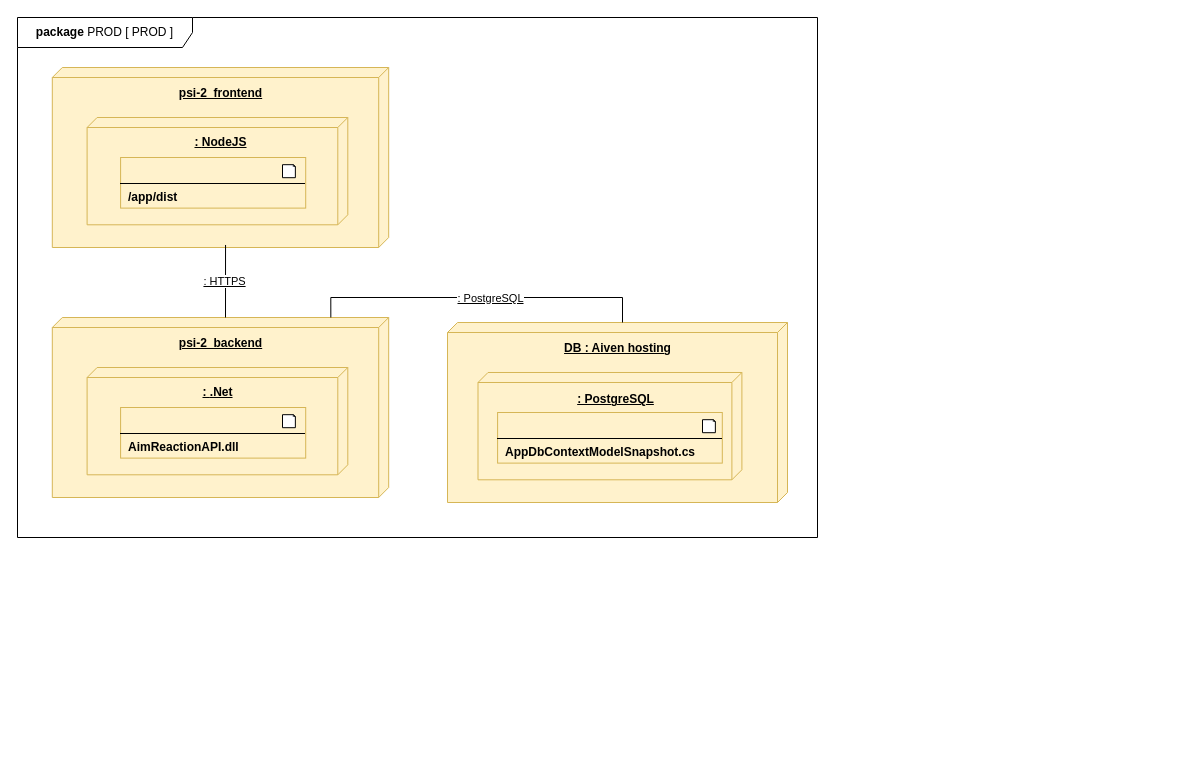
Before: Documentation/Lab2Drawio/PROD Diagram.drawio in user5427/human-benchmark-PSI-2, a draw.io diagram. Source tidied: cells renumbered, new cells numbered last; positions are measured from the earlier drawing's top-left corner, leaving out a move shared by most shapes. Both pictures are drawn from the tidied source at 100%, with x=0, y=0 at pixel (17, 17).
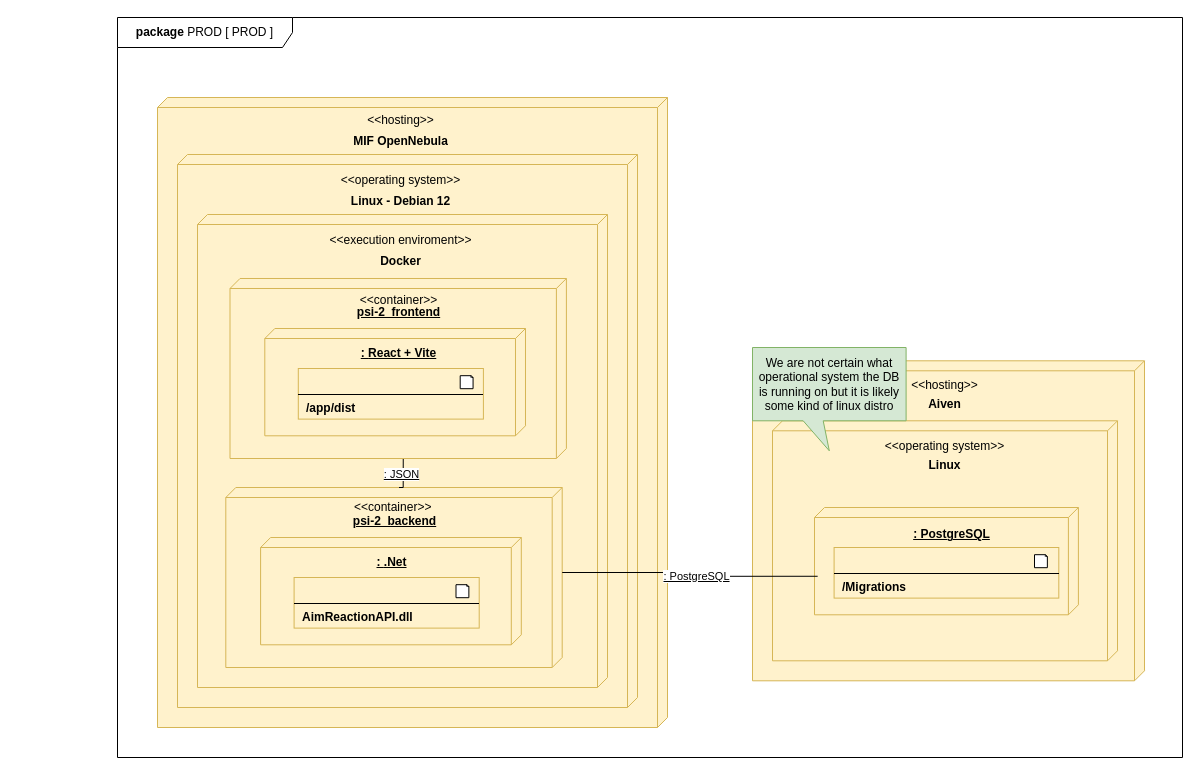
The same diagram, later.

The change refers to these unchanged cells:
```xml
<mxCell id="6" style="verticalAlign=top;align=left;spacingTop=8;spacingLeft=2;spacingRight=12;shape=cube;size=10;direction=south;fontStyle=4;html=1;whiteSpace=wrap;fillColor=#fff2cc;strokeColor=#d6b656;gradientDirection=north;" parent="5" vertex="1">
  <mxGeometry y="30" width="336.4" height="180" as="geometry" />
</mxCell>
```

Diff of the diagram source:
```diff
@@
-    <mxCell id="2" style="group;" parent="1" vertex="1">
-      <mxGeometry width="800" height="740" as="geometry" />
-    </mxCell>
-    <mxCell id="3" value="&lt;b&gt;package &lt;/b&gt;PROD [ PROD ]" style="shape=umlFrame;whiteSpace=wrap;html=1;width=175;height=30;" parent="2" vertex="1">
-      <mxGeometry width="800" height="520" as="geometry" />
+    <mxCell id="3" value="&lt;b&gt;package &lt;/b&gt;PROD [ PROD ]" style="shape=umlFrame;whiteSpace=wrap;html=1;width=175;height=30;" parent="1" vertex="1">
+      <mxGeometry x="100" width="1065" height="740" as="geometry" />
     </mxCell>
-    <mxCell id="4" style="group;" parent="2" vertex="1">
-      <mxGeometry x="34.8" y="20" width="340" height="720" as="geometry" />
-    </mxCell>
+    <mxCell id="30" style="verticalAlign=top;align=left;spacingTop=8;spacingLeft=2;spacingRight=12;shape=cube;size=10;direction=south;fontStyle=4;html=1;whiteSpace=wrap;fillColor=#fff2cc;strokeColor=#d6b656;gradientDirection=north;" parent="1" vertex="1">
+      <mxGeometry x="140" y="80" width="510" height="630" as="geometry" />
+    </mxCell>
+    <mxCell id="31" value="&amp;lt;&amp;lt;hosting&amp;gt;&amp;gt;" style="text;align=center;fontStyle=0;verticalAlign=middle;spacingLeft=3;spacingRight=3;strokeColor=none;html=1;" parent="1" vertex="1">
+      <mxGeometry x="342.5" y="90" width="80" height="26" as="geometry" />
+    </mxCell>
+    <mxCell id="32" value="MIF OpenNebula" style="text;align=center;fontStyle=1;verticalAlign=middle;spacingLeft=3;spacingRight=3;strokeColor=none;html=1;" parent="1" vertex="1">
+      <mxGeometry x="342.5" y="111" width="80" height="26" as="geometry" />
+    </mxCell>
+    <mxCell id="33" style="verticalAlign=top;align=left;spacingTop=8;spacingLeft=2;spacingRight=12;shape=cube;size=10;direction=south;fontStyle=4;html=1;whiteSpace=wrap;fillColor=#fff2cc;strokeColor=#d6b656;gradientDirection=north;" parent="1" vertex="1">
+      <mxGeometry x="160" y="137" width="460" height="553" as="geometry" />
+    </mxCell>
+    <mxCell id="34" value="&amp;lt;&amp;lt;operating system&amp;gt;&amp;gt;" style="text;align=center;fontStyle=0;verticalAlign=middle;spacingLeft=3;spacingRight=3;strokeColor=none;html=1;" parent="1" vertex="1">
+      <mxGeometry x="342.5" y="150" width="80" height="26" as="geometry" />
+    </mxCell>
+    <mxCell id="35" value="Linux - Debian 12" style="text;align=center;fontStyle=1;verticalAlign=middle;spacingLeft=3;spacingRight=3;strokeColor=none;html=1;" parent="1" vertex="1">
+      <mxGeometry x="342.5" y="171" width="80" height="26" as="geometry" />
+    </mxCell>
+    <mxCell id="36" style="verticalAlign=top;align=left;spacingTop=8;spacingLeft=2;spacingRight=12;shape=cube;size=10;direction=south;fontStyle=4;html=1;whiteSpace=wrap;fillColor=#fff2cc;strokeColor=#d6b656;gradientDirection=north;" parent="1" vertex="1">
+      <mxGeometry x="180" y="197" width="410" height="473" as="geometry" />
+    </mxCell>
+    <mxCell id="37" value="&amp;lt;&amp;lt;execution enviroment&amp;gt;&amp;gt;" style="text;align=center;fontStyle=0;verticalAlign=middle;spacingLeft=3;spacingRight=3;strokeColor=none;html=1;" parent="1" vertex="1">
+      <mxGeometry x="342.5" y="210" width="80" height="26" as="geometry" />
+    </mxCell>
+    <mxCell id="38" value="Docker" style="text;align=center;fontStyle=1;verticalAlign=middle;spacingLeft=3;spacingRight=3;strokeColor=none;html=1;" parent="1" vertex="1">
+      <mxGeometry x="342.5" y="231" width="80" height="26" as="geometry" />
+    </mxCell>
+    <mxCell id="12" style="group;" parent="1" vertex="1">
+      <mxGeometry x="208.3" y="440" width="353.2" height="210" as="geometry" />
+    </mxCell>
+    <mxCell id="13" style="verticalAlign=top;align=left;spacingTop=8;spacingLeft=2;spacingRight=12;shape=cube;size=10;direction=south;fontStyle=4;html=1;whiteSpace=wrap;fillColor=#fff2cc;strokeColor=#d6b656;gradientDirection=north;" parent="12" vertex="1">
+      <mxGeometry y="30" width="336.4" height="180" as="geometry" />
+    </mxCell>
+    <mxCell id="15" style="verticalAlign=top;align=left;spacingTop=8;spacingLeft=2;spacingRight=12;shape=cube;size=10;direction=south;fontStyle=4;html=1;whiteSpace=wrap;fillColor=#fff2cc;strokeColor=#d6b656;" parent="12" vertex="1">
+      <mxGeometry x="34.8" y="80" width="260.7" height="107.3" as="geometry" />
+    </mxCell>
+    <mxCell id="16" value="&lt;p style=&quot;margin:0px;margin-top:6px;text-align:center;&quot;&gt;&lt;br&gt;&lt;/p&gt;&lt;hr style=&quot;border-style: solid;&quot; size=&quot;1&quot;&gt;&lt;p style=&quot;margin: 0px 0px 0px 8px;&quot;&gt;&lt;b&gt;AimReactionAPI.dll&lt;/b&gt;&lt;/p&gt;" style="align=left;overflow=fill;html=1;whiteSpace=wrap;fillColor=#fff2cc;strokeColor=#d6b656;gradientDirection=east;" parent="12" vertex="1">
+      <mxGeometry x="68.3" y="120" width="185.1" height="50.6" as="geometry" />
+    </mxCell>
+    <mxCell id="17" value="&lt;u&gt;:&amp;nbsp;&lt;span style=&quot;background-color: transparent; color: light-dark(rgb(0, 0, 0), rgb(255, 255, 255));&quot;&gt;.Net&lt;/span&gt;&lt;/u&gt;" style="text;align=center;fontStyle=1;verticalAlign=middle;spacingLeft=3;spacingRight=3;strokeColor=none;html=1;" parent="12" vertex="1">
+      <mxGeometry x="118.8" y="92" width="92.8" height="26" as="geometry" />
+    </mxCell>
+    <mxCell id="18" style="whiteSpace=wrap;html=1;shape=mxgraph.basic.document;" parent="12" vertex="1">
+      <mxGeometry x="230.2" y="127.2" width="13" height="13" as="geometry" />
+    </mxCell>
+    <mxCell id="14" value="&lt;b&gt;psi-2_backend&lt;/b&gt;" style="text;align=center;fontStyle=5;verticalAlign=middle;spacingLeft=3;spacingRight=3;strokeColor=none;html=1;" parent="12" vertex="1">
+      <mxGeometry x="109.7" y="47.9" width="117" height="32.1" as="geometry" />
+    </mxCell>
+    <mxCell id="19" style="edgeStyle=orthogonalEdgeStyle;rounded=0;jettySize=auto;html=1;exitX=0;exitY=0;exitDx=0;exitDy=163.2;exitPerimeter=0;entryX=0.986;entryY=0.485;entryDx=0;entryDy=0;entryPerimeter=0;endArrow=none;startFill=0;" parent="1" edge="1" source="13" target="6">
+      <mxGeometry relative="1" as="geometry" />
+    </mxCell>
+    <mxCell id="20" value="&lt;u&gt;: JSON&lt;/u&gt;" style="edgeLabel;html=1;align=center;verticalAlign=middle;" parent="19" vertex="1">
+      <mxGeometry x="-0.01" y="2" relative="1" as="geometry" />
+    </mxCell>
+    <mxCell id="39" style="verticalAlign=top;align=left;spacingTop=8;spacingLeft=2;spacingRight=12;shape=cube;size=10;direction=south;fontStyle=4;html=1;whiteSpace=wrap;fillColor=#fff2cc;strokeColor=#d6b656;gradientDirection=north;" parent="1" vertex="1">
+      <mxGeometry x="735" y="343.3" width="392" height="320" as="geometry" />
+    </mxCell>
+    <mxCell id="40" value="&amp;lt;&amp;lt;hosting&amp;gt;&amp;gt;" style="text;align=center;fontStyle=0;verticalAlign=middle;spacingLeft=3;spacingRight=3;strokeColor=none;html=1;" parent="1" vertex="1">
+      <mxGeometry x="878.6" y="353.7" width="97.7" height="28.6" as="geometry" />
+    </mxCell>
+    <mxCell id="41" style="verticalAlign=top;align=left;spacingTop=8;spacingLeft=2;spacingRight=12;shape=cube;size=10;direction=south;fontStyle=4;html=1;whiteSpace=wrap;fillColor=#fff2cc;strokeColor=#d6b656;gradientDirection=north;" parent="1" vertex="1">
+      <mxGeometry x="755" y="403.3" width="345" height="240" as="geometry" />
+    </mxCell>
+    <mxCell id="42" value="Aiven" style="text;align=center;fontStyle=1;verticalAlign=middle;spacingLeft=3;spacingRight=3;strokeColor=none;html=1;" parent="1" vertex="1">
+      <mxGeometry x="878.6" y="372.3" width="97.7" height="28.6" as="geometry" />
+    </mxCell>
+    <mxCell id="43" value="Linux" style="text;align=center;fontStyle=1;verticalAlign=middle;spacingLeft=3;spacingRight=3;strokeColor=none;html=1;" parent="1" vertex="1">
+      <mxGeometry x="877.8" y="433.3" width="97.7" height="28.6" as="geometry" />
+    </mxCell>
+    <mxCell id="44" value="&amp;lt;&amp;lt;operating system&amp;gt;&amp;gt;" style="text;align=center;fontStyle=0;verticalAlign=middle;spacingLeft=3;spacingRight=3;strokeColor=none;html=1;" parent="1" vertex="1">
+      <mxGeometry x="877.8" y="414.7" width="97.7" height="28.6" as="geometry" />
+    </mxCell>
+    <mxCell id="45" value="We are not certain what operational system the DB is running on but it is likely some kind of linux distro" style="shape=callout;whiteSpace=wrap;html=1;perimeter=calloutPerimeter;base=20;size=30;position=0.33;fillColor=#d5e8d4;strokeColor=#82b366;" parent="1" vertex="1">
+      <mxGeometry x="735" y="330" width="153.6" height="103.3" as="geometry" />
+    </mxCell>
+    <mxCell id="46" style="group;" parent="1" vertex="1">
+      <mxGeometry x="797" y="490" width="263.9" height="107.3" as="geometry" />
+    </mxCell>
+    <mxCell id="24" style="verticalAlign=top;align=left;spacingTop=8;spacingLeft=2;spacingRight=12;shape=cube;size=10;direction=south;fontStyle=4;html=1;whiteSpace=wrap;fillColor=#fff2cc;strokeColor=#d6b656;" parent="46" vertex="1">
+      <mxGeometry width="263.9" height="107.3" as="geometry" />
+    </mxCell>
+    <mxCell id="25" value="&lt;p style=&quot;margin:0px;margin-top:6px;text-align:center;&quot;&gt;&lt;br&gt;&lt;/p&gt;&lt;hr style=&quot;border-style: solid;&quot; size=&quot;1&quot;&gt;&lt;p style=&quot;margin: 0px 0px 0px 8px;&quot;&gt;&lt;b&gt;/Migrations&lt;/b&gt;&lt;/p&gt;" style="align=left;overflow=fill;html=1;whiteSpace=wrap;fillColor=#fff2cc;strokeColor=#d6b656;gradientDirection=east;" parent="46" vertex="1">
+      <mxGeometry x="19.6" y="40" width="224.7" height="50.6" as="geometry" />
+    </mxCell>
+    <mxCell id="26" value="&lt;u&gt;: PostgreSQL&lt;/u&gt;" style="text;align=center;fontStyle=1;verticalAlign=middle;spacingLeft=3;spacingRight=3;strokeColor=none;html=1;" parent="46" vertex="1">
+      <mxGeometry x="96.4" y="14" width="81.2" height="26" as="geometry" />
+    </mxCell>
+    <mxCell id="27" style="whiteSpace=wrap;html=1;shape=mxgraph.basic.document;" parent="46" vertex="1">
+      <mxGeometry x="220" y="47.2" width="13" height="13" as="geometry" />
+    </mxCell>
+    <mxCell id="28" style="edgeStyle=orthogonalEdgeStyle;rounded=0;jettySize=auto;html=1;exitX=0.641;exitY=0.988;exitDx=0;exitDy=0;exitPerimeter=0;entryX=0;entryY=0;entryDx=85;entryDy=0;entryPerimeter=0;endArrow=none;startFill=0;" parent="1" edge="1" source="24" target="13">
+      <mxGeometry relative="1" as="geometry" />
+    </mxCell>
+    <mxCell id="29" value="&lt;u&gt;: PostgreSQL&lt;/u&gt;" style="edgeLabel;html=1;align=center;verticalAlign=middle;" parent="28" vertex="1">
+      <mxGeometry x="-0.06" relative="1" as="geometry" />
+    </mxCell>
-    <mxCell id="5" style="group;" parent="4" vertex="1">
-      <mxGeometry width="336.4" height="210" as="geometry" />
+    <mxCell id="5" style="group;" parent="1" vertex="1">
+      <mxGeometry x="212.5" y="231" width="336.4" height="210" as="geometry" />
     </mxCell>
@@
     <mxCell id="7" value="psi-2_frontend" style="text;align=center;fontStyle=5;verticalAlign=middle;spacingLeft=3;spacingRight=3;strokeColor=none;html=1;" parent="5" vertex="1">
-      <mxGeometry x="109.7" y="40" width="117" height="32.1" as="geometry" />
+      <mxGeometry x="109.7" y="47.9" width="117" height="32.1" as="geometry" />
     </mxCell>
@@
-    <mxCell id="10" value="&lt;u&gt;:&amp;nbsp;&lt;span style=&quot;background-color: transparent; color: light-dark(rgb(0, 0, 0), rgb(255, 255, 255));&quot;&gt;NodeJS&lt;/span&gt;&lt;/u&gt;" style="text;align=center;fontStyle=1;verticalAlign=middle;spacingLeft=3;spacingRight=3;strokeColor=none;html=1;" parent="5" vertex="1">
+    <mxCell id="10" value="&lt;u&gt;:&amp;nbsp;&lt;span style=&quot;background-color: transparent; color: light-dark(rgb(0, 0, 0), rgb(255, 255, 255));&quot;&gt;React + Vite&lt;/span&gt;&lt;/u&gt;" style="text;align=center;fontStyle=1;verticalAlign=middle;spacingLeft=3;spacingRight=3;strokeColor=none;html=1;" parent="5" vertex="1">
       <mxGeometry x="121.8" y="92" width="92.8" height="26" as="geometry" />
     </mxCell>
@@
-    <mxCell id="12" style="group;" parent="4" vertex="1">
-      <mxGeometry y="250" width="336.4" height="210" as="geometry" />
-    </mxCell>
-    <mxCell id="13" style="verticalAlign=top;align=left;spacingTop=8;spacingLeft=2;spacingRight=12;shape=cube;size=10;direction=south;fontStyle=4;html=1;whiteSpace=wrap;fillColor=#fff2cc;strokeColor=#d6b656;gradientDirection=north;" parent="12" vertex="1">
-      <mxGeometry y="30" width="336.4" height="180" as="geometry" />
-    </mxCell>
-    <mxCell id="14" value="&lt;b&gt;psi-2_backend&lt;/b&gt;" style="text;align=center;fontStyle=5;verticalAlign=middle;spacingLeft=3;spacingRight=3;strokeColor=none;html=1;" parent="12" vertex="1">
-      <mxGeometry x="109.7" y="40" width="117" height="32.1" as="geometry" />
-    </mxCell>
-    <mxCell id="15" style="verticalAlign=top;align=left;spacingTop=8;spacingLeft=2;spacingRight=12;shape=cube;size=10;direction=south;fontStyle=4;html=1;whiteSpace=wrap;fillColor=#fff2cc;strokeColor=#d6b656;" parent="12" vertex="1">
-      <mxGeometry x="34.8" y="80" width="260.7" height="107.3" as="geometry" />
-    </mxCell>
-    <mxCell id="16" value="&lt;p style=&quot;margin:0px;margin-top:6px;text-align:center;&quot;&gt;&lt;br&gt;&lt;/p&gt;&lt;hr style=&quot;border-style: solid;&quot; size=&quot;1&quot;&gt;&lt;p style=&quot;margin: 0px 0px 0px 8px;&quot;&gt;&lt;b&gt;AimReactionAPI.dll&lt;/b&gt;&lt;/p&gt;" style="align=left;overflow=fill;html=1;whiteSpace=wrap;fillColor=#fff2cc;strokeColor=#d6b656;gradientDirection=east;" parent="12" vertex="1">
-      <mxGeometry x="68.3" y="120" width="185.1" height="50.6" as="geometry" />
-    </mxCell>
-    <mxCell id="17" value="&lt;u&gt;:&amp;nbsp;&lt;span style=&quot;background-color: transparent; color: light-dark(rgb(0, 0, 0), rgb(255, 255, 255));&quot;&gt;.Net&lt;/span&gt;&lt;/u&gt;" style="text;align=center;fontStyle=1;verticalAlign=middle;spacingLeft=3;spacingRight=3;strokeColor=none;html=1;" parent="12" vertex="1">
-      <mxGeometry x="118.8" y="92" width="92.8" height="26" as="geometry" />
-    </mxCell>
-    <mxCell id="18" style="whiteSpace=wrap;html=1;shape=mxgraph.basic.document;" parent="12" vertex="1">
-      <mxGeometry x="230.2" y="127.2" width="13" height="13" as="geometry" />
-    </mxCell>
-    <mxCell id="19" style="edgeStyle=orthogonalEdgeStyle;rounded=0;jettySize=auto;html=1;exitX=0;exitY=0;exitDx=0;exitDy=163.2;exitPerimeter=0;entryX=0.986;entryY=0.485;entryDx=0;entryDy=0;entryPerimeter=0;endArrow=none;startFill=0;" parent="4" edge="1" source="13" target="6">
-      <mxGeometry relative="1" as="geometry" />
-    </mxCell>
-    <mxCell id="20" value="&lt;u&gt;: HTTPS&lt;/u&gt;" style="edgeLabel;html=1;align=center;verticalAlign=middle;" parent="19" vertex="1">
-      <mxGeometry x="-0.01" y="2" relative="1" as="geometry" />
-    </mxCell>
-    <mxCell id="21" style="group;" parent="2" vertex="1">
-      <mxGeometry x="430" y="275" width="340" height="210" as="geometry" />
-    </mxCell>
-    <mxCell id="22" style="verticalAlign=top;align=left;spacingTop=8;spacingLeft=2;spacingRight=12;shape=cube;size=10;direction=south;fontStyle=4;html=1;whiteSpace=wrap;fillColor=#fff2cc;strokeColor=#d6b656;gradientDirection=north;" parent="21" vertex="1">
-      <mxGeometry y="30" width="340" height="180" as="geometry" />
-    </mxCell>
-    <mxCell id="23" value="&lt;b&gt;DB : Aiven hosting&lt;/b&gt;" style="text;align=center;fontStyle=5;verticalAlign=middle;spacingLeft=3;spacingRight=3;strokeColor=none;html=1;" parent="21" vertex="1">
-      <mxGeometry x="118.8" y="40" width="102.4" height="32.1" as="geometry" />
-    </mxCell>
-    <mxCell id="24" style="verticalAlign=top;align=left;spacingTop=8;spacingLeft=2;spacingRight=12;shape=cube;size=10;direction=south;fontStyle=4;html=1;whiteSpace=wrap;fillColor=#fff2cc;strokeColor=#d6b656;" parent="21" vertex="1">
-      <mxGeometry x="30.5" y="80" width="263.9" height="107.3" as="geometry" />
-    </mxCell>
-    <mxCell id="25" value="&lt;p style=&quot;margin:0px;margin-top:6px;text-align:center;&quot;&gt;&lt;br&gt;&lt;/p&gt;&lt;hr style=&quot;border-style: solid;&quot; size=&quot;1&quot;&gt;&lt;p style=&quot;margin: 0px 0px 0px 8px;&quot;&gt;&lt;b&gt;AppDbContextModelSnapshot.cs&lt;/b&gt;&lt;/p&gt;" style="align=left;overflow=fill;html=1;whiteSpace=wrap;fillColor=#fff2cc;strokeColor=#d6b656;gradientDirection=east;" parent="21" vertex="1">
-      <mxGeometry x="50.1" y="120" width="224.7" height="50.6" as="geometry" />
-    </mxCell>
-    <mxCell id="26" value="&lt;u&gt;: PostgreSQL&lt;/u&gt;" style="text;align=center;fontStyle=1;verticalAlign=middle;spacingLeft=3;spacingRight=3;strokeColor=none;html=1;" parent="21" vertex="1">
-      <mxGeometry x="126.9" y="94" width="81.2" height="26" as="geometry" />
-    </mxCell>
-    <mxCell id="27" style="whiteSpace=wrap;html=1;shape=mxgraph.basic.document;" parent="21" vertex="1">
-      <mxGeometry x="255" y="127.2" width="13" height="13" as="geometry" />
-    </mxCell>
-    <mxCell id="28" style="edgeStyle=orthogonalEdgeStyle;rounded=0;jettySize=auto;html=1;exitX=0;exitY=0;exitDx=0;exitDy=165;exitPerimeter=0;entryX=0;entryY=0.172;entryDx=0;entryDy=0;entryPerimeter=0;endArrow=none;startFill=0;" parent="2" edge="1" source="22" target="13">
-      <mxGeometry relative="1" as="geometry" />
-    </mxCell>
-    <mxCell id="29" value="&lt;u&gt;: PostgreSQL&lt;/u&gt;" style="edgeLabel;html=1;align=center;verticalAlign=middle;" parent="28" vertex="1">
-      <mxGeometry x="-0.06" relative="1" as="geometry" />
-    </mxCell>
+    <mxCell id="47" value="&amp;lt;&amp;lt;container&amp;gt;&amp;gt;" style="text;align=center;fontStyle=0;verticalAlign=middle;spacingLeft=3;spacingRight=3;strokeColor=none;html=1;" parent="5" vertex="1">
+      <mxGeometry x="128.2" y="39" width="80" height="26" as="geometry" />
+    </mxCell>
+    <mxCell id="48" value="&lt;span style=&quot;font-family: Helvetica; font-size: 12px; font-style: normal; font-variant-ligatures: normal; font-variant-caps: normal; font-weight: 400; letter-spacing: normal; orphans: 2; text-align: center; text-indent: 0px; text-transform: none; widows: 2; word-spacing: 0px; -webkit-text-stroke-width: 0px; white-space: nowrap; text-decoration-thickness: initial; text-decoration-style: initial; text-decoration-color: initial; float: none; display: inline !important;&quot;&gt;&amp;lt;&amp;lt;container&amp;gt;&amp;gt;&lt;/span&gt;" style="text;whiteSpace=wrap;html=1;fillColor=none;fontColor=default;" parent="1" vertex="1">
+      <mxGeometry x="335" y="476" width="110" height="24" as="geometry" />
+    </mxCell>
```
